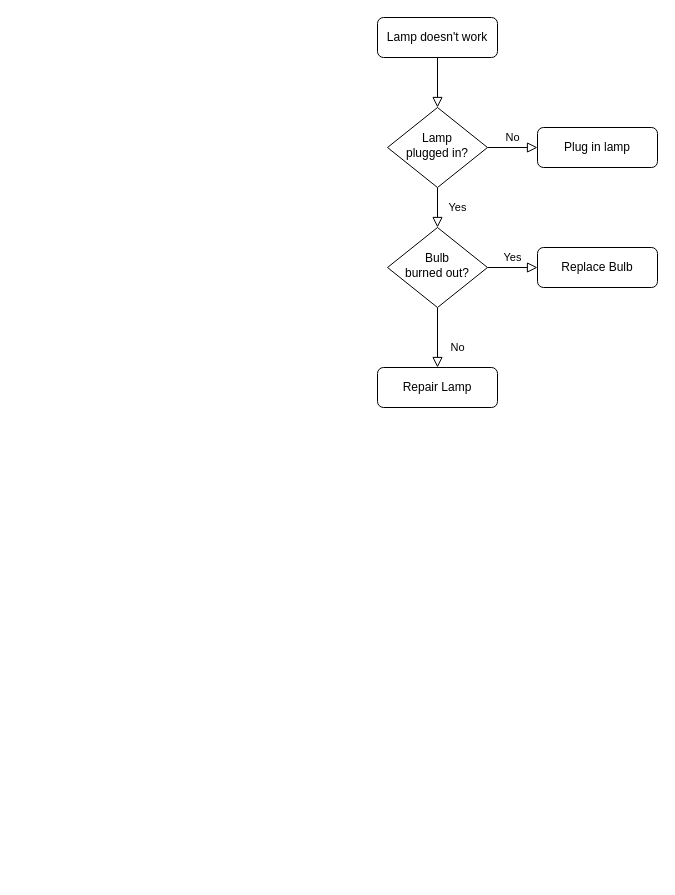
werhn/sport-Project keeps this draw.io diagram as Untitled Diagram.drawio. Above is the earlier version. Source tidied: cells renumbered, new cells numbered last; positions are measured from the earlier drawing's top-left corner, leaving out a move shared by most shapes. Both pictures are drawn from the tidied source at 100%, with x=0, y=0 at pixel (377, 17).
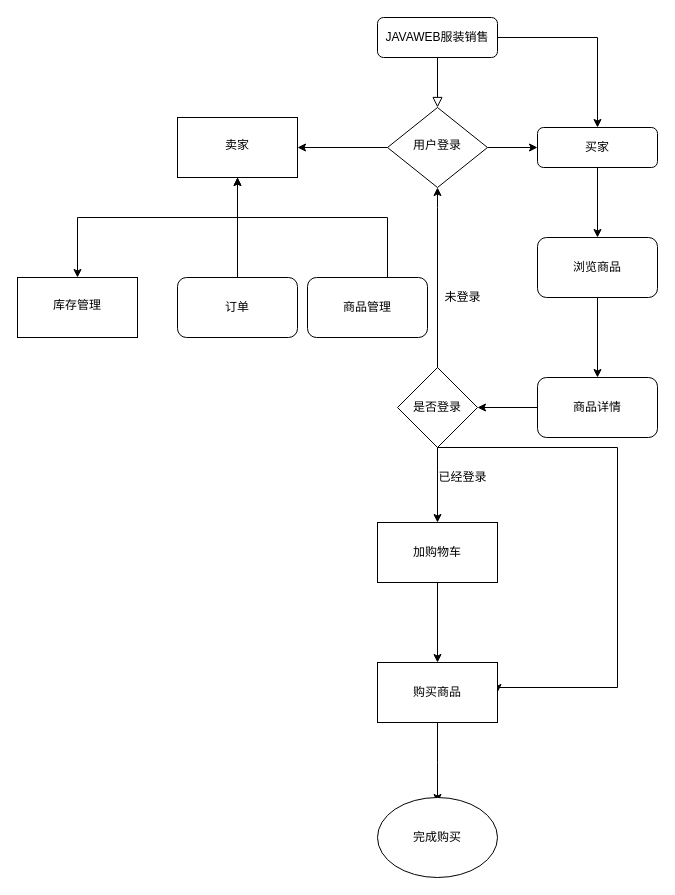
The same diagram, later.

Change to the diagram source:
```diff
@@
+    <mxCell id="13" style="edgeStyle=orthogonalEdgeStyle;rounded=0;jettySize=auto;html=1;entryX=0.5;entryY=0;entryDx=0;entryDy=0;" parent="1" edge="1" source="3" target="7">
+      <mxGeometry relative="1" as="geometry" />
+    </mxCell>
-    <mxCell id="3" value="Lamp doesn't work" style="rounded=1;whiteSpace=wrap;html=1;fontSize=12;glass=0;strokeWidth=1;shadow=0;" parent="1" vertex="1">
+    <mxCell id="3" value="JAVAWEB服装销售" style="rounded=1;whiteSpace=wrap;html=1;fontSize=12;glass=0;strokeWidth=1;shadow=0;" parent="1" vertex="1">
       <mxGeometry width="120" height="40" as="geometry" />
     </mxCell>
-    <mxCell id="4" value="Yes" style="rounded=0;html=1;jettySize=auto;fontSize=11;endArrow=block;endFill=0;endSize=8;strokeWidth=1;shadow=0;labelBackgroundColor=none;edgeStyle=orthogonalEdgeStyle;" parent="1" edge="1" source="6" target="10">
-      <mxGeometry y="20" relative="1" as="geometry" />
-    </mxCell>
+    <mxCell id="14" style="edgeStyle=orthogonalEdgeStyle;rounded=0;jettySize=auto;html=1;" parent="1" edge="1" source="6" target="17">
+      <mxGeometry relative="1" as="geometry" />
+    </mxCell>
-    <mxCell id="5" value="No" style="edgeStyle=orthogonalEdgeStyle;rounded=0;html=1;jettySize=auto;fontSize=11;endArrow=block;endFill=0;endSize=8;strokeWidth=1;shadow=0;labelBackgroundColor=none;" parent="1" edge="1" source="6" target="7">
-      <mxGeometry y="10" relative="1" as="geometry" />
+    <mxCell id="5" style="edgeStyle=orthogonalEdgeStyle;rounded=0;jettySize=auto;html=1;" parent="1" edge="1" source="6" target="7">
+      <mxGeometry relative="1" as="geometry" />
     </mxCell>
-    <mxCell id="6" value="Lamp&lt;br&gt;plugged in?" style="rhombus;whiteSpace=wrap;html=1;shadow=0;fontFamily=Helvetica;fontSize=12;align=center;strokeWidth=1;spacing=6;spacingTop=-4;" parent="1" vertex="1">
+    <mxCell id="6" value="用户登录" style="rhombus;whiteSpace=wrap;html=1;shadow=0;fontFamily=Helvetica;fontSize=12;align=center;strokeWidth=1;spacing=6;spacingTop=-4;" parent="1" vertex="1">
       <mxGeometry x="10" y="90" width="100" height="80" as="geometry" />
     </mxCell>
+    <mxCell id="15" style="edgeStyle=orthogonalEdgeStyle;rounded=0;jettySize=auto;html=1;" parent="1" edge="1" source="7" target="24">
+      <mxGeometry relative="1" as="geometry" />
+    </mxCell>
-    <mxCell id="7" value="Plug in lamp" style="rounded=1;whiteSpace=wrap;html=1;fontSize=12;glass=0;strokeWidth=1;shadow=0;" parent="1" vertex="1">
+    <mxCell id="7" value="买家" style="rounded=1;whiteSpace=wrap;html=1;fontSize=12;glass=0;strokeWidth=1;shadow=0;" parent="1" vertex="1">
       <mxGeometry x="160" y="110" width="120" height="40" as="geometry" />
     </mxCell>
-    <mxCell id="8" value="No" style="rounded=0;html=1;jettySize=auto;fontSize=11;endArrow=block;endFill=0;endSize=8;strokeWidth=1;shadow=0;labelBackgroundColor=none;edgeStyle=orthogonalEdgeStyle;" parent="1" edge="1" source="10" target="11">
-      <mxGeometry x="0.33" y="20" relative="1" as="geometry" />
-    </mxCell>
-    <mxCell id="9" value="Yes" style="edgeStyle=orthogonalEdgeStyle;rounded=0;html=1;jettySize=auto;fontSize=11;endArrow=block;endFill=0;endSize=8;strokeWidth=1;shadow=0;labelBackgroundColor=none;" parent="1" edge="1" source="10" target="12">
-      <mxGeometry y="10" relative="1" as="geometry" />
-    </mxCell>
-    <mxCell id="10" value="Bulb&lt;br&gt;burned out?" style="rhombus;whiteSpace=wrap;html=1;shadow=0;fontFamily=Helvetica;fontSize=12;align=center;strokeWidth=1;spacing=6;spacingTop=-4;" parent="1" vertex="1">
-      <mxGeometry x="10" y="210" width="100" height="80" as="geometry" />
-    </mxCell>
-    <mxCell id="11" value="Repair Lamp" style="rounded=1;whiteSpace=wrap;html=1;fontSize=12;glass=0;strokeWidth=1;shadow=0;" parent="1" vertex="1">
-      <mxGeometry y="350" width="120" height="40" as="geometry" />
-    </mxCell>
-    <mxCell id="12" value="Replace Bulb" style="rounded=1;whiteSpace=wrap;html=1;fontSize=12;glass=0;strokeWidth=1;shadow=0;" parent="1" vertex="1">
-      <mxGeometry x="160" y="230" width="120" height="40" as="geometry" />
-    </mxCell>
+    <mxCell id="16" style="edgeStyle=orthogonalEdgeStyle;rounded=0;jettySize=auto;html=1;" parent="1" edge="1" source="17" target="18">
+      <mxGeometry relative="1" as="geometry">
+        <Array as="points">
+          <mxPoint x="-140" y="200" />
+          <mxPoint x="-300" y="200" />
+        </Array>
+      </mxGeometry>
+    </mxCell>
+    <mxCell id="17" value="卖家" style="whiteSpace=wrap;html=1;shadow=0;strokeWidth=1;spacing=6;spacingTop=-4;" parent="1" vertex="1">
+      <mxGeometry x="-200" y="100" width="120" height="60" as="geometry" />
+    </mxCell>
+    <mxCell id="18" value="库存管理" style="whiteSpace=wrap;html=1;shadow=0;strokeWidth=1;spacing=6;spacingTop=-4;" parent="1" vertex="1">
+      <mxGeometry x="-360" y="260" width="120" height="60" as="geometry" />
+    </mxCell>
+    <mxCell id="19" style="edgeStyle=orthogonalEdgeStyle;rounded=0;jettySize=auto;html=1;" parent="1" edge="1" source="20" target="17">
+      <mxGeometry relative="1" as="geometry">
+        <Array as="points">
+          <mxPoint x="-140" y="180" />
+          <mxPoint x="-140" y="180" />
+        </Array>
+      </mxGeometry>
+    </mxCell>
+    <mxCell id="20" value="订单" style="rounded=1;whiteSpace=wrap;html=1;" parent="1" vertex="1">
+      <mxGeometry x="-200" y="260" width="120" height="60" as="geometry" />
+    </mxCell>
+    <mxCell id="21" style="edgeStyle=orthogonalEdgeStyle;rounded=0;jettySize=auto;html=1;" parent="1" edge="1" source="22" target="17">
+      <mxGeometry relative="1" as="geometry">
+        <Array as="points">
+          <mxPoint x="10" y="200" />
+          <mxPoint x="-140" y="200" />
+        </Array>
+      </mxGeometry>
+    </mxCell>
+    <mxCell id="22" value="商品管理" style="rounded=1;whiteSpace=wrap;html=1;" parent="1" vertex="1">
+      <mxGeometry x="-70" y="260" width="120" height="60" as="geometry" />
+    </mxCell>
+    <mxCell id="23" style="edgeStyle=orthogonalEdgeStyle;rounded=0;jettySize=auto;html=1;" parent="1" edge="1" source="24" target="27">
+      <mxGeometry relative="1" as="geometry" />
+    </mxCell>
+    <mxCell id="24" value="浏览商品" style="whiteSpace=wrap;html=1;rounded=1;shadow=0;strokeWidth=1;glass=0;" parent="1" vertex="1">
+      <mxGeometry x="160" y="220" width="120" height="60" as="geometry" />
+    </mxCell>
+    <mxCell id="25" style="edgeStyle=orthogonalEdgeStyle;rounded=0;jettySize=auto;html=1;entryX=1;entryY=0.5;entryDx=0;entryDy=0;" parent="1" edge="1" source="27" target="30">
+      <mxGeometry relative="1" as="geometry" />
+    </mxCell>
+    <mxCell id="26" style="edgeStyle=orthogonalEdgeStyle;rounded=0;jettySize=auto;html=1;entryX=1;entryY=0.5;entryDx=0;entryDy=0;" parent="1" edge="1" target="36">
+      <mxGeometry relative="1" as="geometry">
+        <mxPoint x="60" y="480" as="sourcePoint" />
+        <Array as="points">
+          <mxPoint x="60" y="430" />
+          <mxPoint x="240" y="430" />
+          <mxPoint x="240" y="670" />
+          <mxPoint x="120" y="670" />
+        </Array>
+      </mxGeometry>
+    </mxCell>
+    <mxCell id="27" value="商品详情" style="whiteSpace=wrap;html=1;rounded=1;shadow=0;strokeWidth=1;glass=0;" parent="1" vertex="1">
+      <mxGeometry x="160" y="360" width="120" height="60" as="geometry" />
+    </mxCell>
+    <mxCell id="28" style="edgeStyle=orthogonalEdgeStyle;rounded=0;jettySize=auto;html=1;" parent="1" edge="1" source="30" target="32">
+      <mxGeometry relative="1" as="geometry" />
+    </mxCell>
+    <mxCell id="29" style="edgeStyle=orthogonalEdgeStyle;rounded=0;jettySize=auto;html=1;entryX=0.5;entryY=1;entryDx=0;entryDy=0;" parent="1" edge="1" source="30" target="6">
+      <mxGeometry relative="1" as="geometry">
+        <Array as="points">
+          <mxPoint x="60" y="190" />
+          <mxPoint x="60" y="190" />
+        </Array>
+      </mxGeometry>
+    </mxCell>
+    <mxCell id="30" value="是否登录" style="rhombus;whiteSpace=wrap;html=1;" parent="1" vertex="1">
+      <mxGeometry x="20" y="350" width="80" height="80" as="geometry" />
+    </mxCell>
+    <mxCell id="31" style="edgeStyle=orthogonalEdgeStyle;rounded=0;jettySize=auto;html=1;" parent="1" edge="1" source="32" target="36">
+      <mxGeometry relative="1" as="geometry" />
+    </mxCell>
+    <mxCell id="32" value="加购物车" style="whiteSpace=wrap;html=1;" parent="1" vertex="1">
+      <mxGeometry y="505" width="120" height="60" as="geometry" />
+    </mxCell>
+    <mxCell id="33" value="已经登录" style="text;html=1;align=center;verticalAlign=middle;" parent="1" vertex="1">
+      <mxGeometry x="55" y="450" width="60" height="20" as="geometry" />
+    </mxCell>
+    <mxCell id="34" value="未登录" style="text;html=1;align=center;verticalAlign=middle;" parent="1" vertex="1">
+      <mxGeometry x="60" y="270" width="50" height="20" as="geometry" />
+    </mxCell>
+    <mxCell id="35" style="edgeStyle=orthogonalEdgeStyle;rounded=0;jettySize=auto;html=1;" parent="1" edge="1" source="36">
+      <mxGeometry relative="1" as="geometry">
+        <mxPoint x="60" y="785" as="targetPoint" />
+      </mxGeometry>
+    </mxCell>
+    <mxCell id="36" value="购买商品" style="whiteSpace=wrap;html=1;" parent="1" vertex="1">
+      <mxGeometry y="645" width="120" height="60" as="geometry" />
+    </mxCell>
+    <mxCell id="37" value="完成购买" style="ellipse;whiteSpace=wrap;html=1;" parent="1" vertex="1">
+      <mxGeometry y="780" width="120" height="80" as="geometry" />
+    </mxCell>
```
